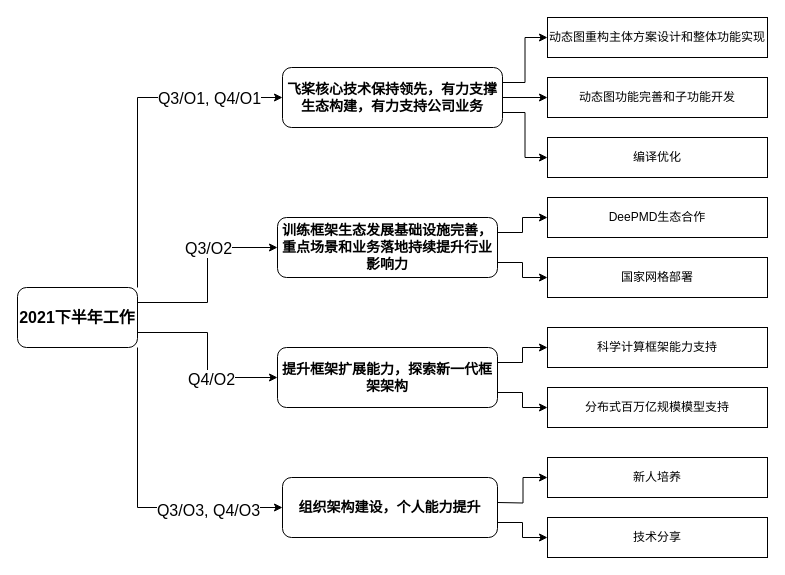
The draw.io diagram 2021_work_flow.drawio in JiabinYang/Doc, before the edit. Source tidied: cells renumbered, new cells numbered last; positions are measured from the earlier drawing's top-left corner, leaving out a move shared by most shapes. Both pictures are drawn from the tidied source at 100%, with x=0, y=0 at pixel (17, 17).
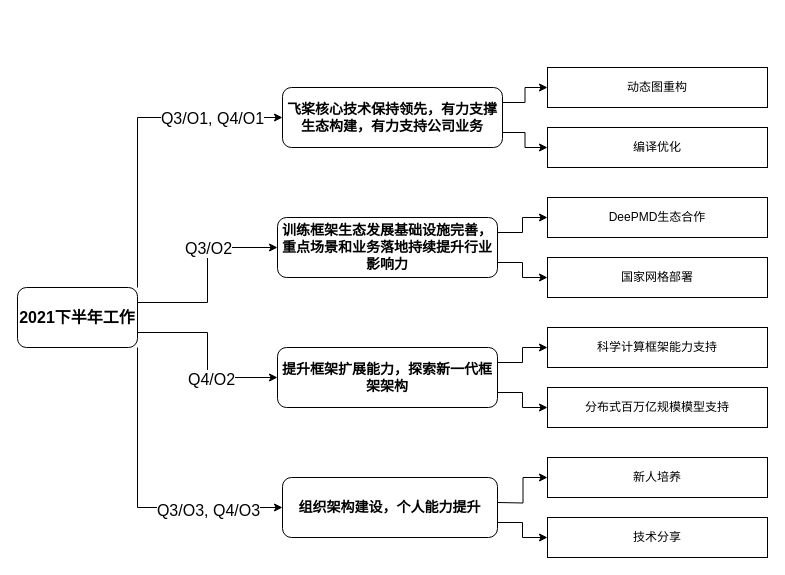
The same page after the edit.

Diff of the diagram source:
```diff
@@
-    <mxCell id="11" style="edgeStyle=orthogonalEdgeStyle;rounded=0;jettySize=auto;html=1;exitX=1;exitY=0.5;exitDx=0;exitDy=0;entryX=0;entryY=0.5;entryDx=0;entryDy=0;fontColor=#000000;" parent="1" edge="1" source="14" target="24">
-      <mxGeometry relative="1" as="geometry" />
-    </mxCell>
@@
     <mxCell id="14" value="&lt;span style=&quot;font-family: , &amp;#34;helvetica neue&amp;#34; , , &amp;#34;pingfang sc&amp;#34; , &amp;#34;microsoft yahei&amp;#34; , &amp;#34;stxihei&amp;#34; , &amp;#34;arial&amp;#34; , &amp;#34;helvetica&amp;#34; , sans-serif ; font-size: 14px ; font-weight: 700 ; background-color: rgb(255 , 255 , 255)&quot;&gt;飞桨核心技术保持领先，有力支撑生态构建，有力支持公司业务&lt;/span&gt;" style="rounded=1;whiteSpace=wrap;html=1;" parent="1" vertex="1">
-      <mxGeometry x="265" y="50" width="220" height="60" as="geometry" />
+      <mxGeometry x="265" y="70" width="220" height="60" as="geometry" />
     </mxCell>
@@
-    <mxCell id="24" value="动态图功能完善和子功能开发" style="rounded=0;whiteSpace=wrap;html=1;fontColor=#000000;" parent="1" vertex="1">
-      <mxGeometry x="530" y="60" width="220" height="40" as="geometry" />
-    </mxCell>
@@
     <mxCell id="27" value="编译优化" style="rounded=0;whiteSpace=wrap;html=1;fontColor=#000000;" parent="1" vertex="1">
-      <mxGeometry x="530" y="120" width="220" height="40" as="geometry" />
+      <mxGeometry x="530" y="110" width="220" height="40" as="geometry" />
     </mxCell>
-    <mxCell id="28" value="动态图重构主体方案设计和整体功能实现" style="rounded=0;whiteSpace=wrap;html=1;fontColor=#000000;" parent="1" vertex="1">
-      <mxGeometry x="530" width="220" height="40" as="geometry" />
+    <mxCell id="28" value="动态图重构" style="rounded=0;whiteSpace=wrap;html=1;fontColor=#000000;" parent="1" vertex="1">
+      <mxGeometry x="530" y="50" width="220" height="40" as="geometry" />
     </mxCell>
```
